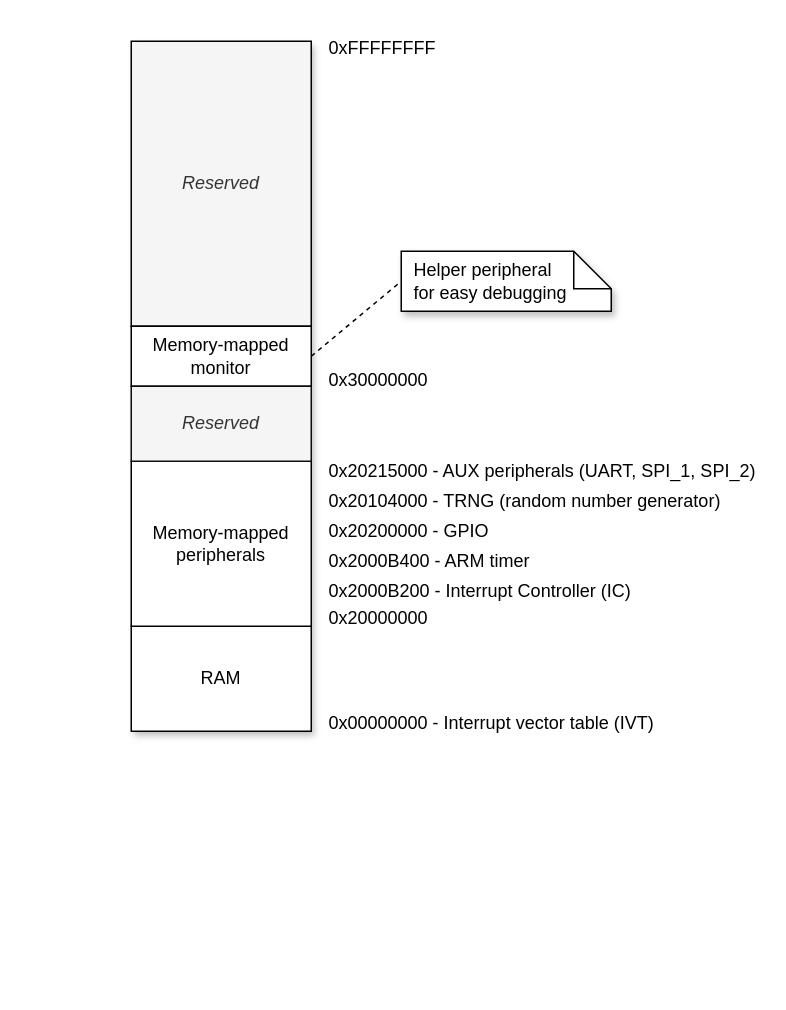
Earlier version of the draw.io diagram docs/diagrams/address_space.drawio (silhavyj/ZeroMate). Source tidied: cells renumbered, new cells numbered last; positions are measured from the earlier drawing's top-left corner, leaving out a move shared by most shapes. Both pictures are drawn from the tidied source at 150%, with x=0, y=0 at pixel (130, 26).
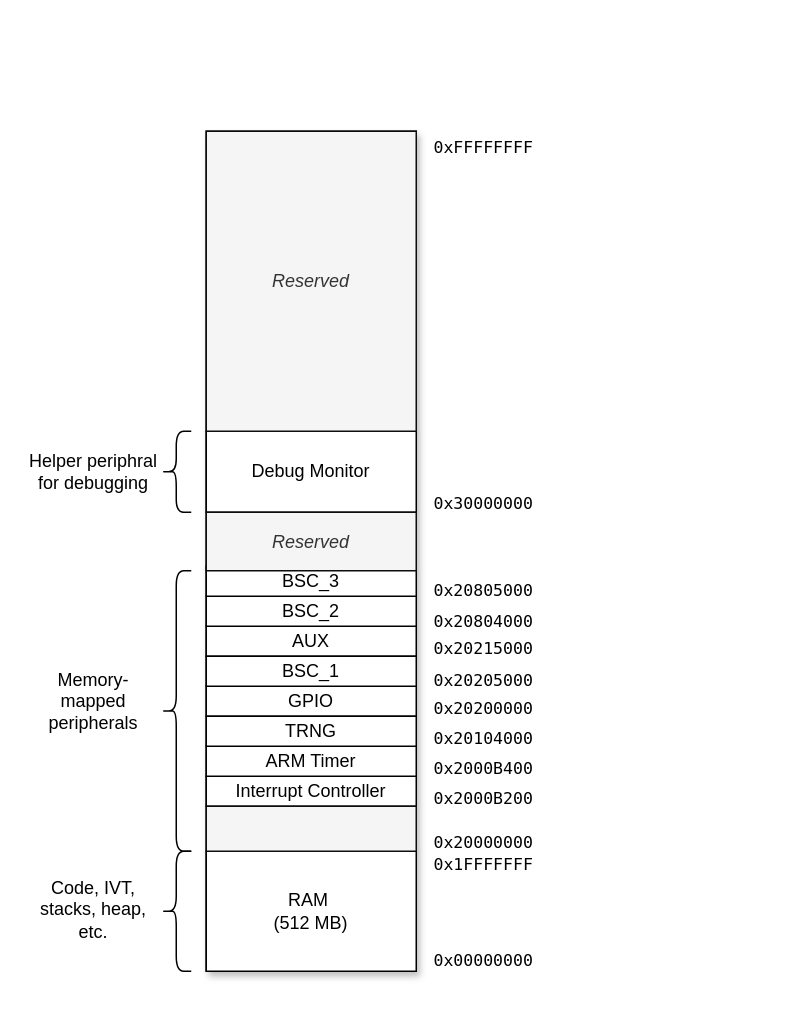
The same diagram, later.

What changed in the source:
```diff
@@
-    <mxCell id="2" style="rounded=0;whiteSpace=wrap;html=1;fillColor=#f5f5f5;fontColor=#333333;strokeColor=none;shadow=1;fontStyle=2;" parent="1" vertex="1">
-      <mxGeometry y="10" width="120" height="460" as="geometry" />
-    </mxCell>
-    <mxCell id="3" value="Reserved" style="rounded=0;whiteSpace=wrap;html=1;fillColor=#f5f5f5;fontColor=#333333;strokeColor=#000000;shadow=0;fontStyle=2;" parent="1" vertex="1">
-      <mxGeometry y="10" width="120" height="190" as="geometry" />
-    </mxCell>
-    <mxCell id="4" value="0x00000000 - Interrupt vector table (IVT)" style="text;html=1;strokeColor=none;fillColor=none;align=left;verticalAlign=middle;whiteSpace=wrap;rounded=0;" parent="1" vertex="1">
-      <mxGeometry x="130" y="450" width="250" height="30" as="geometry" />
-    </mxCell>
+    <mxCell id="19" style="rounded=0;whiteSpace=wrap;html=1;shadow=1;fontFamily=Computer Modern;fontStyle=2;" parent="1" vertex="1">
+      <mxGeometry x="50" y="70" width="140" height="560" as="geometry" />
+    </mxCell>
+    <mxCell id="20" value="RAM&amp;nbsp;&lt;br&gt;(512 MB)" style="rounded=0;whiteSpace=wrap;html=1;shadow=0;fontFamily=Computer Modern;" parent="1" vertex="1">
+      <mxGeometry x="50" y="550" width="140" height="80" as="geometry" />
+    </mxCell>
+    <mxCell id="21" value="Interrupt Controller" style="rounded=0;whiteSpace=wrap;html=1;shadow=0;fontFamily=Computer Modern;" parent="1" vertex="1">
+      <mxGeometry x="50" y="500" width="140" height="20" as="geometry" />
+    </mxCell>
+    <mxCell id="22" value="ARM Timer" style="rounded=0;whiteSpace=wrap;html=1;shadow=0;fontFamily=Computer Modern;" parent="1" vertex="1">
+      <mxGeometry x="50" y="480" width="140" height="20" as="geometry" />
+    </mxCell>
+    <mxCell id="23" value="GPIO" style="rounded=0;whiteSpace=wrap;html=1;shadow=0;fontFamily=Computer Modern;" parent="1" vertex="1">
+      <mxGeometry x="50" y="440" width="140" height="20" as="geometry" />
+    </mxCell>
+    <mxCell id="24" value="TRNG" style="rounded=0;whiteSpace=wrap;html=1;shadow=0;fontFamily=Computer Modern;" parent="1" vertex="1">
+      <mxGeometry x="50" y="460" width="140" height="20" as="geometry" />
+    </mxCell>
+    <mxCell id="25" value="AUX" style="rounded=0;whiteSpace=wrap;html=1;shadow=0;fontFamily=Computer Modern;" parent="1" vertex="1">
+      <mxGeometry x="50" y="400" width="140" height="20" as="geometry" />
+    </mxCell>
+    <mxCell id="26" value="BSC_1" style="rounded=0;whiteSpace=wrap;html=1;shadow=0;fontFamily=Computer Modern;" parent="1" vertex="1">
+      <mxGeometry x="50" y="420" width="140" height="20" as="geometry" />
+    </mxCell>
+    <mxCell id="27" value="BSC_2" style="rounded=0;whiteSpace=wrap;html=1;shadow=0;fontFamily=Computer Modern;" parent="1" vertex="1">
+      <mxGeometry x="50" y="380" width="140" height="20" as="geometry" />
+    </mxCell>
+    <mxCell id="28" value="BSC_3" style="rounded=0;whiteSpace=wrap;html=1;shadow=0;fontFamily=Computer Modern;" parent="1" vertex="1">
+      <mxGeometry x="50" y="360" width="140" height="20" as="geometry" />
+    </mxCell>
+    <mxCell id="29" value="Debug Monitor" style="rounded=0;whiteSpace=wrap;html=1;shadow=0;fontFamily=Computer Modern;" parent="1" vertex="1">
+      <mxGeometry x="50" y="270" width="140" height="54" as="geometry" />
+    </mxCell>
+    <mxCell id="30" value="Reserved" style="rounded=0;whiteSpace=wrap;html=1;shadow=0;fontFamily=Computer Modern;fillColor=#f5f5f5;fontColor=#333333;strokeColor=#0D0D0D;fontStyle=2;" parent="1" vertex="1">
+      <mxGeometry x="50" y="70" width="140" height="200" as="geometry" />
+    </mxCell>
+    <mxCell id="31" value="Reserved" style="rounded=0;whiteSpace=wrap;html=1;shadow=0;fontFamily=Computer Modern;fillColor=#f5f5f5;fontColor=#333333;strokeColor=#0D0D0D;fontStyle=2;" parent="1" vertex="1">
+      <mxGeometry x="50" y="324" width="140" height="39" as="geometry" />
+    </mxCell>
+    <mxCell id="32" style="rounded=0;whiteSpace=wrap;html=1;shadow=0;fontFamily=Computer Modern;fillColor=#f5f5f5;fontColor=#333333;strokeColor=#0D0D0D;" parent="1" vertex="1">
+      <mxGeometry x="50" y="520" width="140" height="30" as="geometry" />
+    </mxCell>
+    <mxCell id="33" value="0x00000000" style="text;html=1;strokeColor=none;fillColor=none;align=left;verticalAlign=middle;whiteSpace=wrap;rounded=0;fontFamily=Lucida Console;fontSize=11;" parent="1" vertex="1">
+      <mxGeometry x="200" y="608" width="80" height="30" as="geometry" />
+    </mxCell>
+    <mxCell id="34" value="0x1FFFFFFF" style="text;html=1;strokeColor=none;fillColor=none;align=left;verticalAlign=middle;whiteSpace=wrap;rounded=0;fontFamily=Lucida Console;fontSize=11;" parent="1" vertex="1">
+      <mxGeometry x="200" y="544" width="80" height="30" as="geometry" />
+    </mxCell>
+    <mxCell id="6" value="0x20000000" style="text;html=1;strokeColor=none;fillColor=none;align=left;verticalAlign=middle;whiteSpace=wrap;rounded=0;fontFamily=Lucida Console;strokeWidth=2;fontSize=11;" parent="1" vertex="1">
+      <mxGeometry x="200" y="529" width="80" height="30" as="geometry" />
+    </mxCell>
+    <mxCell id="35" value="0x2000B200" style="text;html=1;strokeColor=none;fillColor=none;align=left;verticalAlign=middle;whiteSpace=wrap;rounded=0;fontFamily=Lucida Console;strokeWidth=2;fontSize=11;" parent="1" vertex="1">
+      <mxGeometry x="200" y="500" width="80" height="30" as="geometry" />
+    </mxCell>
+    <mxCell id="36" value="0x2000B400" style="text;html=1;strokeColor=none;fillColor=none;align=left;verticalAlign=middle;whiteSpace=wrap;rounded=0;fontFamily=Lucida Console;strokeWidth=2;fontSize=11;" parent="1" vertex="1">
+      <mxGeometry x="200" y="480" width="80" height="30" as="geometry" />
+    </mxCell>
+    <mxCell id="37" value="0x20104000" style="text;html=1;strokeColor=none;fillColor=none;align=left;verticalAlign=middle;whiteSpace=wrap;rounded=0;fontFamily=Lucida Console;strokeWidth=2;fontSize=11;" parent="1" vertex="1">
+      <mxGeometry x="200" y="460" width="80" height="30" as="geometry" />
+    </mxCell>
+    <mxCell id="10" value="0x30000000" style="text;html=1;strokeColor=none;fillColor=none;align=left;verticalAlign=middle;whiteSpace=wrap;rounded=0;fontFamily=Lucida Console;strokeWidth=2;fontSize=11;" parent="1" vertex="1">
+      <mxGeometry x="200" y="303" width="80" height="30" as="geometry" />
+    </mxCell>
+    <mxCell id="38" value="0x20200000" style="text;html=1;strokeColor=none;fillColor=none;align=left;verticalAlign=middle;whiteSpace=wrap;rounded=0;fontFamily=Lucida Console;strokeWidth=2;fontSize=11;" parent="1" vertex="1">
+      <mxGeometry x="200" y="440" width="80" height="30" as="geometry" />
+    </mxCell>
+    <mxCell id="39" value="0x20205000" style="text;html=1;strokeColor=none;fillColor=none;align=left;verticalAlign=middle;whiteSpace=wrap;rounded=0;fontFamily=Lucida Console;strokeWidth=2;fontSize=11;" parent="1" vertex="1">
+      <mxGeometry x="200" y="421" width="80" height="30" as="geometry" />
+    </mxCell>
+    <mxCell id="40" value="0x20215000" style="text;html=1;strokeColor=none;fillColor=none;align=left;verticalAlign=middle;whiteSpace=wrap;rounded=0;fontFamily=Lucida Console;strokeWidth=2;fontSize=11;" parent="1" vertex="1">
+      <mxGeometry x="200" y="400" width="80" height="30" as="geometry" />
+    </mxCell>
+    <mxCell id="41" value="0x20804000" style="text;html=1;strokeColor=none;fillColor=none;align=left;verticalAlign=middle;whiteSpace=wrap;rounded=0;fontFamily=Lucida Console;strokeWidth=2;fontSize=11;" parent="1" vertex="1">
+      <mxGeometry x="200" y="382" width="80" height="30" as="geometry" />
+    </mxCell>
+    <mxCell id="42" value="0x20805000" style="text;html=1;strokeColor=none;fillColor=none;align=left;verticalAlign=middle;whiteSpace=wrap;rounded=0;fontFamily=Lucida Console;strokeWidth=2;fontSize=11;" parent="1" vertex="1">
+      <mxGeometry x="200" y="361" width="80" height="30" as="geometry" />
+    </mxCell>
-    <mxCell id="5" value="0xFFFFFFFF" style="text;html=1;strokeColor=none;fillColor=none;align=left;verticalAlign=middle;whiteSpace=wrap;rounded=0;" parent="1" vertex="1">
-      <mxGeometry x="130" width="60" height="30" as="geometry" />
+    <mxCell id="5" value="0xFFFFFFFF" style="text;html=1;strokeColor=none;fillColor=none;align=left;verticalAlign=middle;whiteSpace=wrap;rounded=0;fontFamily=Lucida Console;strokeWidth=2;fontSize=11;" parent="1" vertex="1">
+      <mxGeometry x="200" y="66" width="80" height="30" as="geometry" />
     </mxCell>
-    <mxCell id="6" value="0x20000000" style="text;html=1;strokeColor=none;fillColor=none;align=left;verticalAlign=middle;whiteSpace=wrap;rounded=0;" parent="1" vertex="1">
-      <mxGeometry x="130" y="380" width="60" height="30" as="geometry" />
-    </mxCell>
-    <mxCell id="7" value="0x20200000 - GPIO" style="text;html=1;strokeColor=none;fillColor=none;align=left;verticalAlign=middle;whiteSpace=wrap;rounded=0;" parent="1" vertex="1">
-      <mxGeometry x="130" y="322" width="280" height="30" as="geometry" />
-    </mxCell>
-    <mxCell id="8" value="0x2000B200 - Interrupt Controller (IC)" style="text;html=1;strokeColor=none;fillColor=none;align=left;verticalAlign=middle;whiteSpace=wrap;rounded=0;" parent="1" vertex="1">
-      <mxGeometry x="130" y="362" width="280" height="30" as="geometry" />
-    </mxCell>
-    <mxCell id="9" value="0x2000B400 - ARM timer" style="text;html=1;strokeColor=none;fillColor=none;align=left;verticalAlign=middle;whiteSpace=wrap;rounded=0;" parent="1" vertex="1">
-      <mxGeometry x="130" y="342" width="290" height="30" as="geometry" />
-    </mxCell>
-    <mxCell id="10" value="0x30000000" style="text;html=1;strokeColor=none;fillColor=none;align=left;verticalAlign=middle;whiteSpace=wrap;rounded=0;" parent="1" vertex="1">
-      <mxGeometry x="130" y="221" width="60" height="30" as="geometry" />
-    </mxCell>
-    <mxCell id="11" value="0x20104000 - TRNG (random number generator)" style="text;html=1;strokeColor=none;fillColor=none;align=left;verticalAlign=middle;whiteSpace=wrap;rounded=0;" parent="1" vertex="1">
-      <mxGeometry x="130" y="302" width="290" height="30" as="geometry" />
-    </mxCell>
-    <mxCell id="12" value="0x20215000 - AUX peripherals (UART, SPI_1, SPI_2)" style="text;html=1;strokeColor=none;fillColor=none;align=left;verticalAlign=middle;whiteSpace=wrap;rounded=0;" parent="1" vertex="1">
-      <mxGeometry x="130" y="282" width="290" height="30" as="geometry" />
-    </mxCell>
-    <mxCell id="13" value="RAM" style="rounded=0;whiteSpace=wrap;html=1;shadow=0;" parent="1" vertex="1">
-      <mxGeometry y="400" width="120" height="70" as="geometry" />
-    </mxCell>
+    <mxCell id="43" style="shape=curlyBracket;whiteSpace=wrap;html=1;rounded=1;labelPosition=left;verticalLabelPosition=middle;align=right;verticalAlign=middle;" parent="1" vertex="1">
+      <mxGeometry x="20" y="363" width="20" height="187" as="geometry" />
+    </mxCell>
+    <mxCell id="44" style="shape=curlyBracket;whiteSpace=wrap;html=1;rounded=1;labelPosition=left;verticalLabelPosition=middle;align=right;verticalAlign=middle;" parent="1" vertex="1">
+      <mxGeometry x="20" y="270" width="20" height="54" as="geometry" />
+    </mxCell>
+    <mxCell id="45" style="shape=curlyBracket;whiteSpace=wrap;html=1;rounded=1;labelPosition=left;verticalLabelPosition=middle;align=right;verticalAlign=middle;" parent="1" vertex="1">
+      <mxGeometry x="20" y="550" width="20" height="80" as="geometry" />
+    </mxCell>
+    <mxCell id="46" value="Helper periphral for debugging" style="text;html=1;strokeColor=none;fillColor=none;align=center;verticalAlign=middle;whiteSpace=wrap;rounded=0;fontFamily=Computer Modern;" parent="1" vertex="1">
+      <mxGeometry x="-70" y="282" width="90" height="30" as="geometry" />
+    </mxCell>
-    <mxCell id="14" value="Memory-mapped peripherals" style="rounded=0;whiteSpace=wrap;html=1;shadow=0;" parent="1" vertex="1">
-      <mxGeometry y="290" width="120" height="110" as="geometry" />
+    <mxCell id="14" value="Memory-mapped peripherals" style="text;html=1;strokeColor=none;fillColor=none;align=center;verticalAlign=middle;whiteSpace=wrap;rounded=0;fontFamily=Computer Modern;" parent="1" vertex="1">
+      <mxGeometry x="-70" y="435" width="90" height="30" as="geometry" />
     </mxCell>
-    <mxCell id="15" value="Memory-mapped monitor" style="rounded=0;whiteSpace=wrap;html=1;shadow=0;" parent="1" vertex="1">
-      <mxGeometry y="200" width="120" height="40" as="geometry" />
-    </mxCell>
-    <mxCell id="16" value="Reserved" style="rounded=0;whiteSpace=wrap;html=1;fillColor=#f5f5f5;fontColor=#333333;strokeColor=#0D0D0D;shadow=0;fontStyle=2;" parent="1" vertex="1">
-      <mxGeometry y="240" width="120" height="50" as="geometry" />
-    </mxCell>
-    <mxCell id="17" value="&lt;blockquote style=&quot;margin: 0 0 0 40px; border: none; padding: 0px;&quot;&gt;&lt;/blockquote&gt;&lt;span style=&quot;background-color: initial;&quot;&gt;&amp;nbsp; Helper peripheral&lt;/span&gt;&lt;br&gt;&lt;div style=&quot;&quot;&gt;&lt;span style=&quot;background-color: initial;&quot;&gt;&amp;nbsp; for easy debugging&lt;/span&gt;&lt;/div&gt;" style="shape=note2;boundedLbl=1;whiteSpace=wrap;html=1;size=25;verticalAlign=middle;align=left;shadow=1;" parent="1" vertex="1">
-      <mxGeometry x="180" y="150" width="140" height="40" as="geometry" />
-    </mxCell>
-    <mxCell id="18" style="endArrow=none;dashed=1;html=1;strokeWidth=1;rounded=0;exitX=1;exitY=0.5;exitDx=0;exitDy=0;entryX=0;entryY=0.5;entryDx=0;entryDy=0;entryPerimeter=0;" parent="1" edge="1" source="15" target="17">
-      <mxGeometry relative="1" as="geometry" />
-    </mxCell>
+    <mxCell id="47" value="Code, IVT, stacks, heap, etc." style="text;html=1;strokeColor=none;fillColor=none;align=center;verticalAlign=middle;whiteSpace=wrap;rounded=0;fontFamily=Computer Modern;" parent="1" vertex="1">
+      <mxGeometry x="-70" y="574" width="90" height="30" as="geometry" />
+    </mxCell>
```
